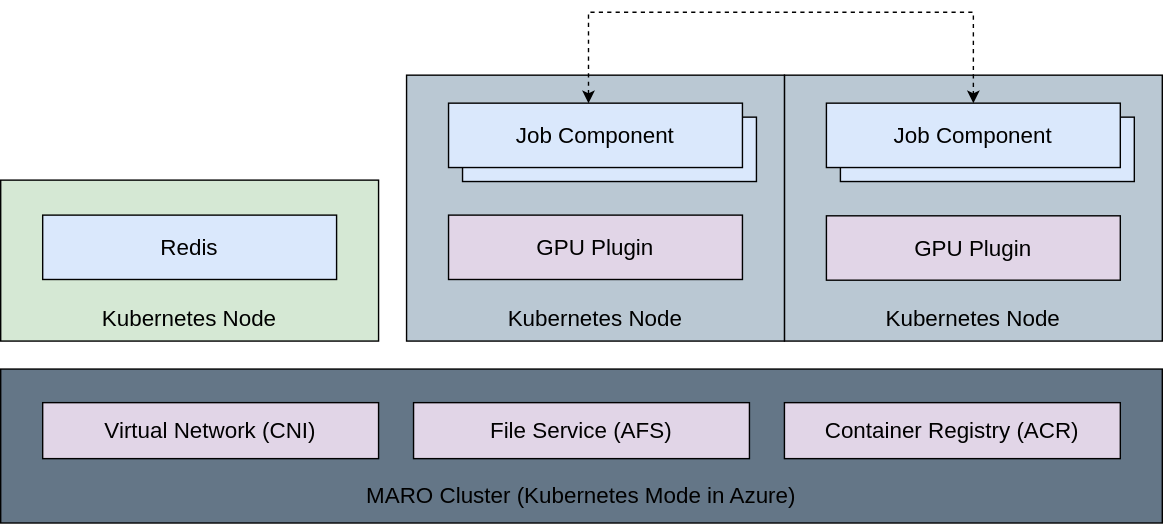
This is docs/source/images/distributed/orch_k8s.svg from microsoft/maro, a draw.io export, as it was before one commit. Source tidied: cells renumbered, new cells last; positions are measured from the earlier drawing's top-left corner, leaving out a move shared by most shapes. Its diagram source:
```xml
<mxGraphModel>
  <root>
    <mxCell id="0" />
    <mxCell id="1" parent="0" />
    <mxCell id="2" value="&lt;span style=&quot;font-size: 16px&quot;&gt;Kubernetes Node&lt;/span&gt;" style="rounded=0;whiteSpace=wrap;html=1;spacing=6;verticalAlign=bottom;fillColor=#bac8d3;" parent="1" vertex="1">
      <mxGeometry x="560" y="45" width="270" height="190" as="geometry" />
    </mxCell>
    <mxCell id="3" value="Job Component" style="rounded=0;whiteSpace=wrap;html=1;spacing=6;verticalAlign=middle;fillColor=#dae8fc;fontSize=16;" parent="1" vertex="1">
      <mxGeometry x="600" y="75" width="210" height="46" as="geometry" />
    </mxCell>
    <mxCell id="4" value="&lt;span style=&quot;font-size: 16px&quot;&gt;Kubernetes Node&lt;/span&gt;" style="rounded=0;whiteSpace=wrap;html=1;spacing=6;verticalAlign=bottom;fillColor=#bac8d3;" parent="1" vertex="1">
      <mxGeometry x="290" y="45" width="270" height="190" as="geometry" />
    </mxCell>
    <mxCell id="5" value="Job Component" style="rounded=0;whiteSpace=wrap;html=1;spacing=6;verticalAlign=middle;fillColor=#dae8fc;fontSize=16;" parent="1" vertex="1">
      <mxGeometry x="330" y="75" width="210" height="46" as="geometry" />
    </mxCell>
    <mxCell id="6" style="rounded=0;whiteSpace=wrap;html=1;verticalAlign=bottom;spacing=6;fillColor=#647687;fontColor=#ffffff;" parent="1" vertex="1">
      <mxGeometry y="255" width="830" height="110" as="geometry" />
    </mxCell>
    <mxCell id="7" value="&lt;span style=&quot;font-size: 16px&quot;&gt;Virtual Network (CNI)&lt;/span&gt;" style="rounded=0;whiteSpace=wrap;html=1;fillColor=#e1d5e7;" parent="1" vertex="1">
      <mxGeometry x="30" y="279" width="240" height="40" as="geometry" />
    </mxCell>
    <mxCell id="8" value="&lt;font style=&quot;font-size: 16px&quot;&gt;&lt;font style=&quot;font-size: 16px&quot;&gt;MARO &lt;/font&gt;Cluster (Kubernetes&amp;nbsp;Mode in Azure)&lt;/font&gt;" style="text;html=1;strokeColor=none;fillColor=none;align=center;verticalAlign=middle;whiteSpace=wrap;rounded=0;" parent="1" vertex="1">
      <mxGeometry x="10" y="335" width="810" height="20" as="geometry" />
    </mxCell>
    <mxCell id="9" value="&lt;font style=&quot;font-size: 16px&quot;&gt;Kubernetes Node&lt;/font&gt;" style="rounded=0;whiteSpace=wrap;html=1;spacing=6;verticalAlign=bottom;fillColor=#d5e8d4;" parent="1" vertex="1">
      <mxGeometry y="120" width="270" height="115" as="geometry" />
    </mxCell>
    <mxCell id="10" value="Redis" style="rounded=0;whiteSpace=wrap;html=1;spacing=6;verticalAlign=middle;fillColor=#dae8fc;fontSize=16;" parent="1" vertex="1">
      <mxGeometry x="30" y="145" width="210" height="46" as="geometry" />
    </mxCell>
    <mxCell id="11" value="GPU Plugin" style="rounded=0;whiteSpace=wrap;html=1;spacing=6;verticalAlign=middle;fillColor=#e1d5e7;fontSize=16;" parent="1" vertex="1">
      <mxGeometry x="320" y="145" width="210" height="46" as="geometry" />
    </mxCell>
    <mxCell id="12" value="Job Component" style="rounded=0;whiteSpace=wrap;html=1;spacing=6;verticalAlign=middle;fillColor=#dae8fc;fontSize=16;" parent="1" vertex="1">
      <mxGeometry x="590" y="65" width="210" height="46" as="geometry" />
    </mxCell>
    <mxCell id="13" value="Job Component" style="rounded=0;whiteSpace=wrap;html=1;spacing=6;verticalAlign=middle;fillColor=#dae8fc;fontSize=16;" parent="1" vertex="1">
      <mxGeometry x="320" y="65" width="210" height="46" as="geometry" />
    </mxCell>
    <mxCell id="14" style="edgeStyle=orthogonalEdgeStyle;rounded=0;jettySize=auto;html=1;exitX=0.75;exitY=0;exitDx=0;exitDy=0;entryX=0.5;entryY=0;entryDx=0;entryDy=0;startArrow=classic;startFill=1;dashed=1;" parent="1" edge="1" target="12">
      <mxGeometry relative="1" as="geometry">
        <mxPoint x="420" y="65" as="sourcePoint" />
        <Array as="points">
          <mxPoint x="420" />
          <mxPoint x="695" />
        </Array>
      </mxGeometry>
    </mxCell>
    <mxCell id="15" value="&lt;span style=&quot;font-size: 16px&quot;&gt;File Service (AFS)&lt;/span&gt;" style="rounded=0;whiteSpace=wrap;html=1;fillColor=#e1d5e7;" parent="1" vertex="1">
      <mxGeometry x="295" y="279" width="240" height="40" as="geometry" />
    </mxCell>
    <mxCell id="16" value="&lt;span style=&quot;font-size: 16px&quot;&gt;Container Registry (ACR)&lt;/span&gt;" style="rounded=0;whiteSpace=wrap;html=1;fillColor=#e1d5e7;" parent="1" vertex="1">
      <mxGeometry x="560" y="279" width="240" height="40" as="geometry" />
    </mxCell>
    <mxCell id="17" value="GPU Plugin" style="rounded=0;whiteSpace=wrap;html=1;spacing=6;verticalAlign=middle;fillColor=#e1d5e7;fontSize=16;" parent="1" vertex="1">
      <mxGeometry x="590" y="145.5" width="210" height="46" as="geometry" />
    </mxCell>
  </root>
</mxGraphModel>
```
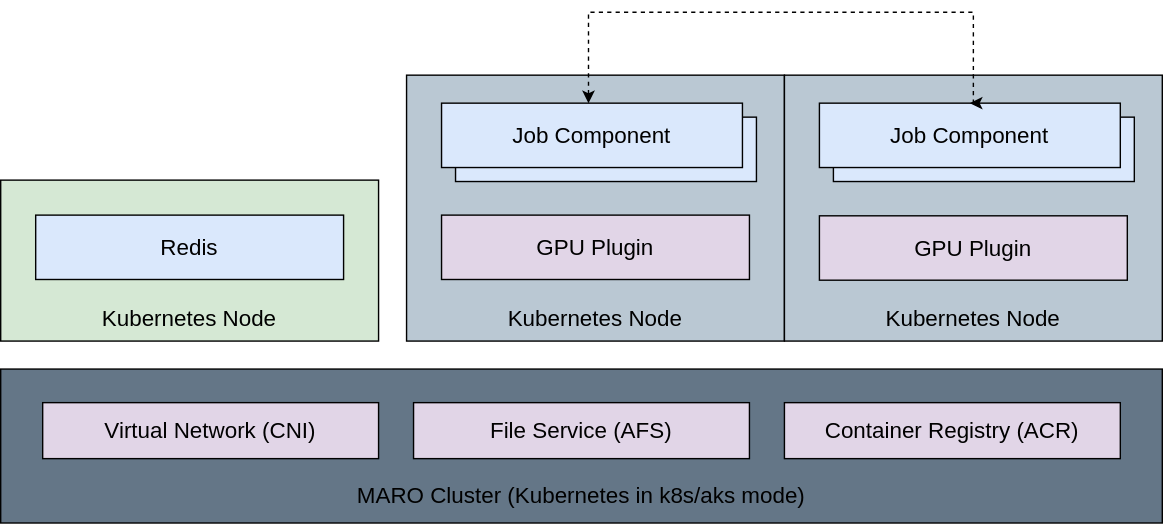
Later version of the same file.

Change to the diagram source:
```diff
@@ -2,59 +2,68 @@
   <root>
     <mxCell id="0" />
     <mxCell id="1" parent="0" />
-    <mxCell id="2" value="&lt;span style=&quot;font-size: 16px&quot;&gt;Kubernetes Node&lt;/span&gt;" style="rounded=0;whiteSpace=wrap;html=1;spacing=6;verticalAlign=bottom;fillColor=#bac8d3;" parent="1" vertex="1">
-      <mxGeometry x="560" y="45" width="270" height="190" as="geometry" />
+    <mxCell id="2" style="rounded=0;whiteSpace=wrap;html=1;verticalAlign=bottom;spacing=6;fillColor=#647687;fontColor=#ffffff;" parent="1" vertex="1">
+      <mxGeometry y="255" width="830" height="110" as="geometry" />
     </mxCell>
-    <mxCell id="3" value="Job Component" style="rounded=0;whiteSpace=wrap;html=1;spacing=6;verticalAlign=middle;fillColor=#dae8fc;fontSize=16;" parent="1" vertex="1">
-      <mxGeometry x="600" y="75" width="210" height="46" as="geometry" />
+    <mxCell id="3" value="&lt;span style=&quot;font-size: 16px&quot;&gt;Virtual Network (CNI)&lt;/span&gt;" style="rounded=0;whiteSpace=wrap;html=1;fillColor=#e1d5e7;" parent="1" vertex="1">
+      <mxGeometry x="30" y="279" width="240" height="40" as="geometry" />
     </mxCell>
-    <mxCell id="4" value="&lt;span style=&quot;font-size: 16px&quot;&gt;Kubernetes Node&lt;/span&gt;" style="rounded=0;whiteSpace=wrap;html=1;spacing=6;verticalAlign=bottom;fillColor=#bac8d3;" parent="1" vertex="1">
-      <mxGeometry x="290" y="45" width="270" height="190" as="geometry" />
+    <mxCell id="4" value="&lt;font style=&quot;font-size: 16px&quot;&gt;&lt;font style=&quot;font-size: 16px&quot;&gt;MARO &lt;/font&gt;Cluster (Kubernetes in k8s/aks mode)&lt;/font&gt;" style="text;html=1;strokeColor=none;fillColor=none;align=center;verticalAlign=middle;whiteSpace=wrap;rounded=0;" parent="1" vertex="1">
+      <mxGeometry x="10" y="335" width="810" height="20" as="geometry" />
     </mxCell>
-    <mxCell id="5" value="Job Component" style="rounded=0;whiteSpace=wrap;html=1;spacing=6;verticalAlign=middle;fillColor=#dae8fc;fontSize=16;" parent="1" vertex="1">
-      <mxGeometry x="330" y="75" width="210" height="46" as="geometry" />
+    <mxCell id="5" value="&lt;span style=&quot;font-size: 16px&quot;&gt;File Service (AFS)&lt;/span&gt;" style="rounded=0;whiteSpace=wrap;html=1;fillColor=#e1d5e7;" parent="1" vertex="1">
+      <mxGeometry x="295" y="279" width="240" height="40" as="geometry" />
     </mxCell>
-    <mxCell id="6" style="rounded=0;whiteSpace=wrap;html=1;verticalAlign=bottom;spacing=6;fillColor=#647687;fontColor=#ffffff;" parent="1" vertex="1">
-      <mxGeometry y="255" width="830" height="110" as="geometry" />
+    <mxCell id="6" value="&lt;span style=&quot;font-size: 16px&quot;&gt;Container Registry (ACR)&lt;/span&gt;" style="rounded=0;whiteSpace=wrap;html=1;fillColor=#e1d5e7;" parent="1" vertex="1">
+      <mxGeometry x="560" y="279" width="240" height="40" as="geometry" />
     </mxCell>
-    <mxCell id="7" value="&lt;span style=&quot;font-size: 16px&quot;&gt;Virtual Network (CNI)&lt;/span&gt;" style="rounded=0;whiteSpace=wrap;html=1;fillColor=#e1d5e7;" parent="1" vertex="1">
-      <mxGeometry x="30" y="279" width="240" height="40" as="geometry" />
+    <mxCell id="7" style="group;" parent="1" vertex="1">
+      <mxGeometry x="290" y="45" width="270" height="190" as="geometry" />
     </mxCell>
-    <mxCell id="8" value="&lt;font style=&quot;font-size: 16px&quot;&gt;&lt;font style=&quot;font-size: 16px&quot;&gt;MARO &lt;/font&gt;Cluster (Kubernetes&amp;nbsp;Mode in Azure)&lt;/font&gt;" style="text;html=1;strokeColor=none;fillColor=none;align=center;verticalAlign=middle;whiteSpace=wrap;rounded=0;" parent="1" vertex="1">
-      <mxGeometry x="10" y="335" width="810" height="20" as="geometry" />
+    <mxCell id="8" value="&lt;span style=&quot;font-size: 16px&quot;&gt;Kubernetes Node&lt;/span&gt;" style="rounded=0;whiteSpace=wrap;html=1;spacing=6;verticalAlign=bottom;fillColor=#bac8d3;" parent="7" vertex="1">
+      <mxGeometry width="270" height="190" as="geometry" />
     </mxCell>
-    <mxCell id="9" value="&lt;font style=&quot;font-size: 16px&quot;&gt;Kubernetes Node&lt;/font&gt;" style="rounded=0;whiteSpace=wrap;html=1;spacing=6;verticalAlign=bottom;fillColor=#d5e8d4;" parent="1" vertex="1">
-      <mxGeometry y="120" width="270" height="115" as="geometry" />
+    <mxCell id="9" value="Job Component" style="rounded=0;whiteSpace=wrap;html=1;spacing=6;verticalAlign=middle;fillColor=#dae8fc;fontSize=16;" parent="7" vertex="1">
+      <mxGeometry x="35" y="30" width="215" height="46" as="geometry" />
     </mxCell>
-    <mxCell id="10" value="Redis" style="rounded=0;whiteSpace=wrap;html=1;spacing=6;verticalAlign=middle;fillColor=#dae8fc;fontSize=16;" parent="1" vertex="1">
-      <mxGeometry x="30" y="145" width="210" height="46" as="geometry" />
+    <mxCell id="10" value="GPU Plugin" style="rounded=0;whiteSpace=wrap;html=1;spacing=6;verticalAlign=middle;fillColor=#e1d5e7;fontSize=16;" parent="7" vertex="1">
+      <mxGeometry x="25" y="100" width="220" height="46" as="geometry" />
     </mxCell>
-    <mxCell id="11" value="GPU Plugin" style="rounded=0;whiteSpace=wrap;html=1;spacing=6;verticalAlign=middle;fillColor=#e1d5e7;fontSize=16;" parent="1" vertex="1">
-      <mxGeometry x="320" y="145" width="210" height="46" as="geometry" />
+    <mxCell id="11" value="Job Component" style="rounded=0;whiteSpace=wrap;html=1;spacing=6;verticalAlign=middle;fillColor=#dae8fc;fontSize=16;" parent="7" vertex="1">
+      <mxGeometry x="25" y="20" width="215" height="46" as="geometry" />
     </mxCell>
-    <mxCell id="12" value="Job Component" style="rounded=0;whiteSpace=wrap;html=1;spacing=6;verticalAlign=middle;fillColor=#dae8fc;fontSize=16;" parent="1" vertex="1">
-      <mxGeometry x="590" y="65" width="210" height="46" as="geometry" />
+    <mxCell id="12" style="group;" parent="1" vertex="1">
+      <mxGeometry x="560" y="45" width="270" height="190" as="geometry" />
     </mxCell>
-    <mxCell id="13" value="Job Component" style="rounded=0;whiteSpace=wrap;html=1;spacing=6;verticalAlign=middle;fillColor=#dae8fc;fontSize=16;" parent="1" vertex="1">
-      <mxGeometry x="320" y="65" width="210" height="46" as="geometry" />
+    <mxCell id="13" value="&lt;span style=&quot;font-size: 16px&quot;&gt;Kubernetes Node&lt;/span&gt;" style="rounded=0;whiteSpace=wrap;html=1;spacing=6;verticalAlign=bottom;fillColor=#bac8d3;" parent="12" vertex="1">
+      <mxGeometry width="270" height="190" as="geometry" />
     </mxCell>
-    <mxCell id="14" style="edgeStyle=orthogonalEdgeStyle;rounded=0;jettySize=auto;html=1;exitX=0.75;exitY=0;exitDx=0;exitDy=0;entryX=0.5;entryY=0;entryDx=0;entryDy=0;startArrow=classic;startFill=1;dashed=1;" parent="1" edge="1" target="12">
-      <mxGeometry relative="1" as="geometry">
-        <mxPoint x="420" y="65" as="sourcePoint" />
-        <Array as="points">
-          <mxPoint x="420" />
-          <mxPoint x="695" />
-        </Array>
-      </mxGeometry>
+    <mxCell id="14" value="Job Component" style="rounded=0;whiteSpace=wrap;html=1;spacing=6;verticalAlign=middle;fillColor=#dae8fc;fontSize=16;" parent="12" vertex="1">
+      <mxGeometry x="35" y="30" width="215" height="46" as="geometry" />
     </mxCell>
-    <mxCell id="15" value="&lt;span style=&quot;font-size: 16px&quot;&gt;File Service (AFS)&lt;/span&gt;" style="rounded=0;whiteSpace=wrap;html=1;fillColor=#e1d5e7;" parent="1" vertex="1">
-      <mxGeometry x="295" y="279" width="240" height="40" as="geometry" />
+    <mxCell id="15" value="Job Component" style="rounded=0;whiteSpace=wrap;html=1;spacing=6;verticalAlign=middle;fillColor=#dae8fc;fontSize=16;" parent="12" vertex="1">
+      <mxGeometry x="25" y="20" width="215" height="46" as="geometry" />
     </mxCell>
-    <mxCell id="16" value="&lt;span style=&quot;font-size: 16px&quot;&gt;Container Registry (ACR)&lt;/span&gt;" style="rounded=0;whiteSpace=wrap;html=1;fillColor=#e1d5e7;" parent="1" vertex="1">
-      <mxGeometry x="560" y="279" width="240" height="40" as="geometry" />
+    <mxCell id="16" value="GPU Plugin" style="rounded=0;whiteSpace=wrap;html=1;spacing=6;verticalAlign=middle;fillColor=#e1d5e7;fontSize=16;" parent="12" vertex="1">
+      <mxGeometry x="25" y="100.5" width="220" height="46" as="geometry" />
     </mxCell>
-    <mxCell id="17" value="GPU Plugin" style="rounded=0;whiteSpace=wrap;html=1;spacing=6;verticalAlign=middle;fillColor=#e1d5e7;fontSize=16;" parent="1" vertex="1">
-      <mxGeometry x="590" y="145.5" width="210" height="46" as="geometry" />
+    <mxCell id="17" style="edgeStyle=orthogonalEdgeStyle;rounded=0;jettySize=auto;html=1;exitX=0.75;exitY=0;exitDx=0;exitDy=0;entryX=0.5;entryY=0;entryDx=0;entryDy=0;startArrow=classic;startFill=1;dashed=1;" parent="1" edge="1" target="15">
+      <mxGeometry relative="1" as="geometry">
+        <mxPoint x="420" y="65" as="sourcePoint" />
+        <Array as="points">
+          <mxPoint x="420" />
+          <mxPoint x="695" />
+        </Array>
+      </mxGeometry>
     </mxCell>
+    <mxCell id="18" style="group;" parent="1" vertex="1">
+      <mxGeometry y="120" width="270" height="115" as="geometry" />
+    </mxCell>
+    <mxCell id="19" value="&lt;font style=&quot;font-size: 16px&quot;&gt;Kubernetes Node&lt;/font&gt;" style="rounded=0;whiteSpace=wrap;html=1;spacing=6;verticalAlign=bottom;fillColor=#d5e8d4;" parent="18" vertex="1">
+      <mxGeometry width="270" height="115" as="geometry" />
+    </mxCell>
+    <mxCell id="20" value="Redis" style="rounded=0;whiteSpace=wrap;html=1;spacing=6;verticalAlign=middle;fillColor=#dae8fc;fontSize=16;" parent="18" vertex="1">
+      <mxGeometry x="25" y="25" width="220" height="46" as="geometry" />
+    </mxCell>
   </root>
 </mxGraphModel>
```
